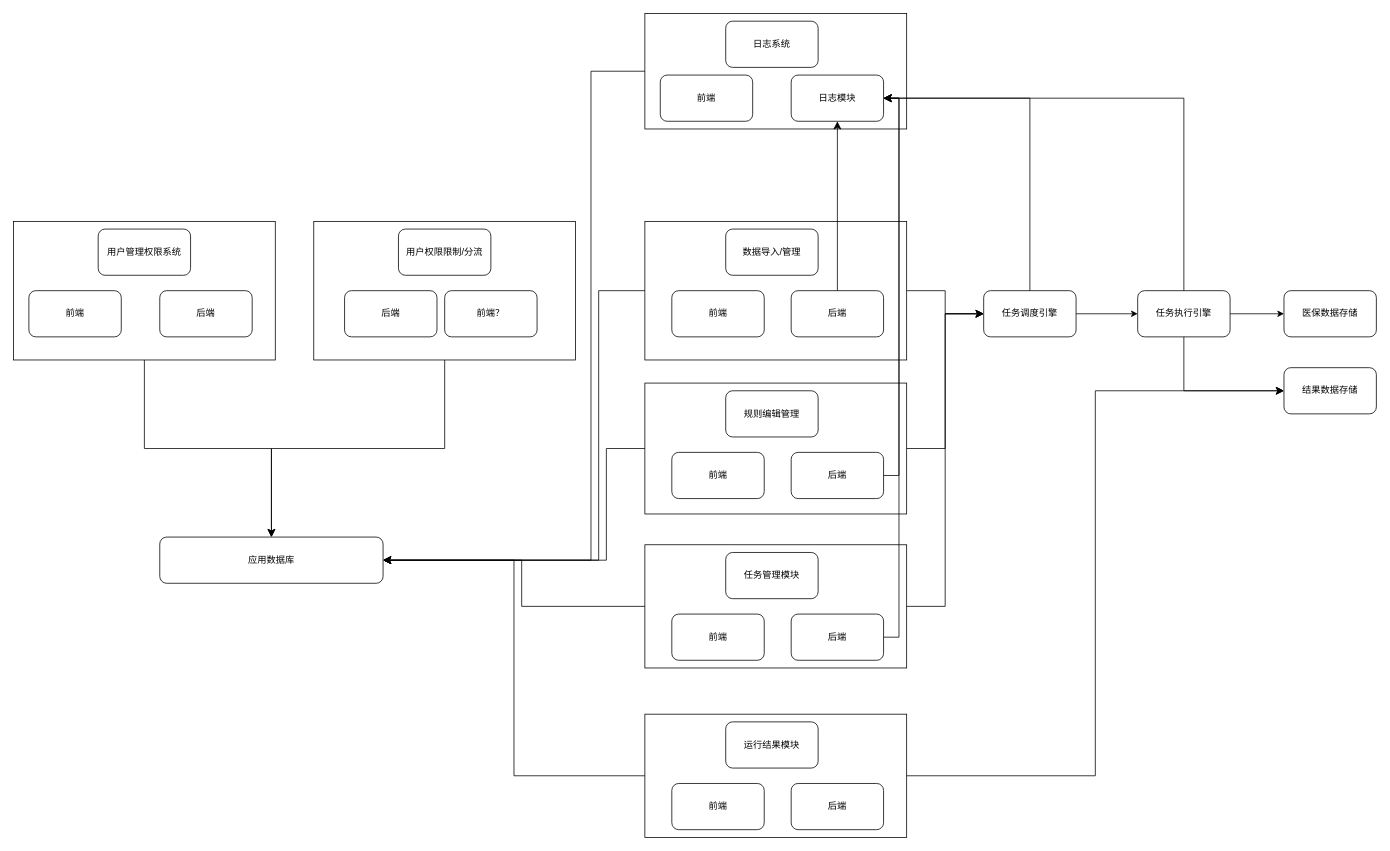
This is page "模块架构" (1 of 4) of 社保架构设计图.drawio from XiaoLiuAI/diagrams, a draw.io file, before an edit. Source tidied: cells renumbered, new cells numbered last; positions are measured from the earlier drawing's top-left corner, leaving out a move shared by most shapes. Both pictures are drawn from the tidied source at 77%, with x=0, y=0 at pixel (13, 13).
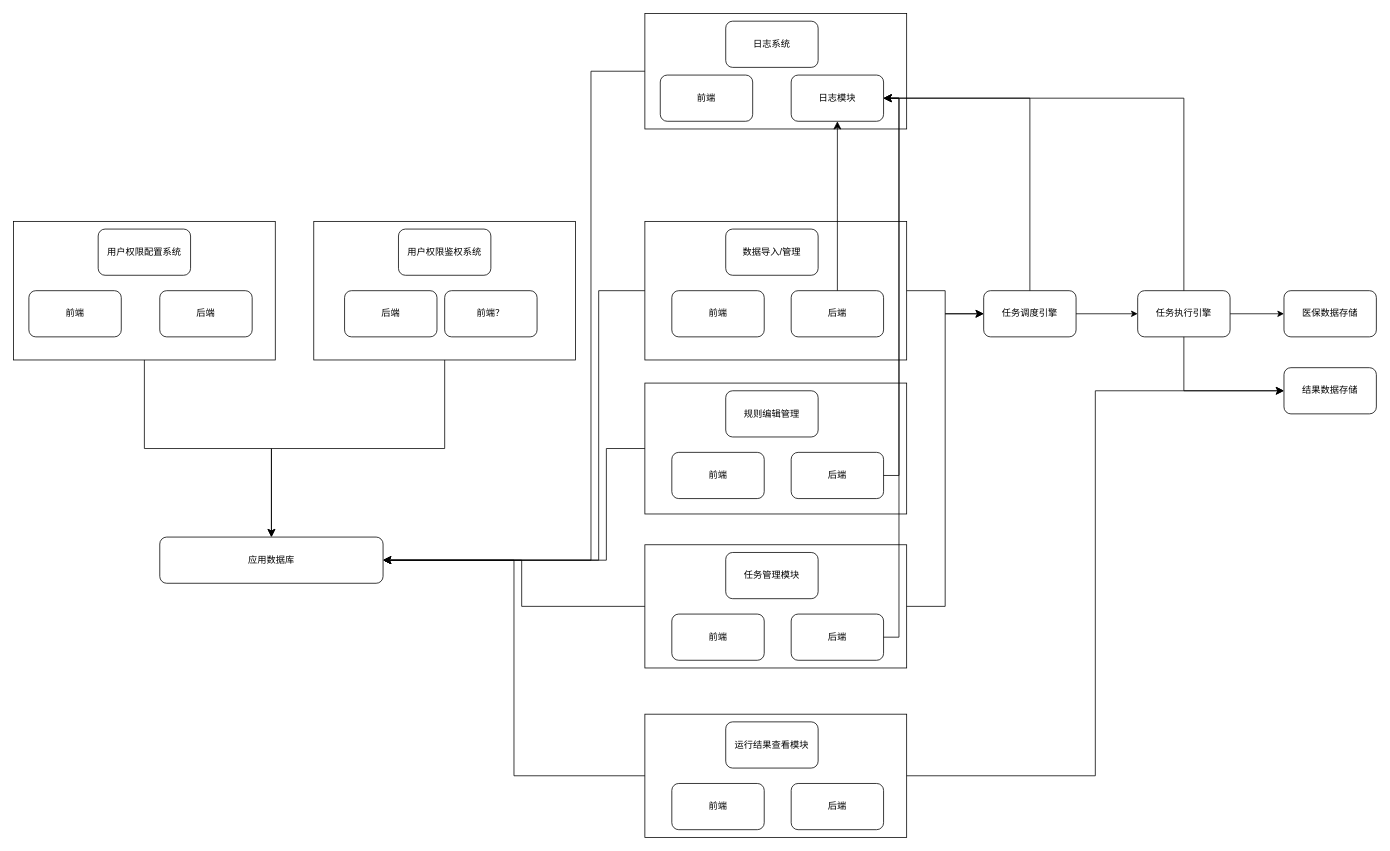
Above is the later version.

The change refers to these unchanged cells:
```xml
<mxCell id="17" value="任务调度引擎" style="rounded=1;whiteSpace=wrap;html=1;" parent="1" vertex="1">
  <mxGeometry x="1260" y="360" width="120" height="60" as="geometry" />
</mxCell>
<mxCell id="22" style="rounded=0;whiteSpace=wrap;html=1;" parent="21" vertex="1">
  <mxGeometry width="340" height="170" as="geometry" />
</mxCell>
<mxCell id="50" style="group;" parent="1" vertex="1">
  <mxGeometry x="820" y="910" width="340" height="160" as="geometry" />
</mxCell>
```

Change to the diagram source:
```diff
@@
-    <mxCell id="4" value="用户管理权限系统" style="rounded=1;whiteSpace=wrap;html=1;" parent="1" vertex="1">
+    <mxCell id="4" value="用户权限配置系统" style="rounded=1;whiteSpace=wrap;html=1;" parent="1" vertex="1">
       <mxGeometry x="110" y="280" width="120" height="60" as="geometry" />
     </mxCell>
@@
-    <mxCell id="10" value="用户权限限制/分流" style="rounded=1;whiteSpace=wrap;html=1;" parent="1" vertex="1">
+    <mxCell id="10" value="用户权限鉴权系统" style="rounded=1;whiteSpace=wrap;html=1;" parent="1" vertex="1">
       <mxGeometry x="500" y="280" width="120" height="60" as="geometry" />
     </mxCell>
@@
-    <mxCell id="34" style="edgeStyle=elbowEdgeStyle;elbow=horizontal;endArrow=classic;html=1;curved=0;rounded=0;endSize=8;startSize=8;entryX=0;entryY=0.5;entryDx=0;entryDy=0;" parent="1" edge="1" source="22" target="17">
-      <mxGeometry relative="1" as="geometry" />
-    </mxCell>
@@
-    <mxCell id="52" value="运行结果模块" style="rounded=1;whiteSpace=wrap;html=1;" parent="50" vertex="1">
+    <mxCell id="52" value="运行结果查看模块" style="rounded=1;whiteSpace=wrap;html=1;" parent="50" vertex="1">
       <mxGeometry x="105" y="10" width="120" height="60" as="geometry" />
     </mxCell>
```
